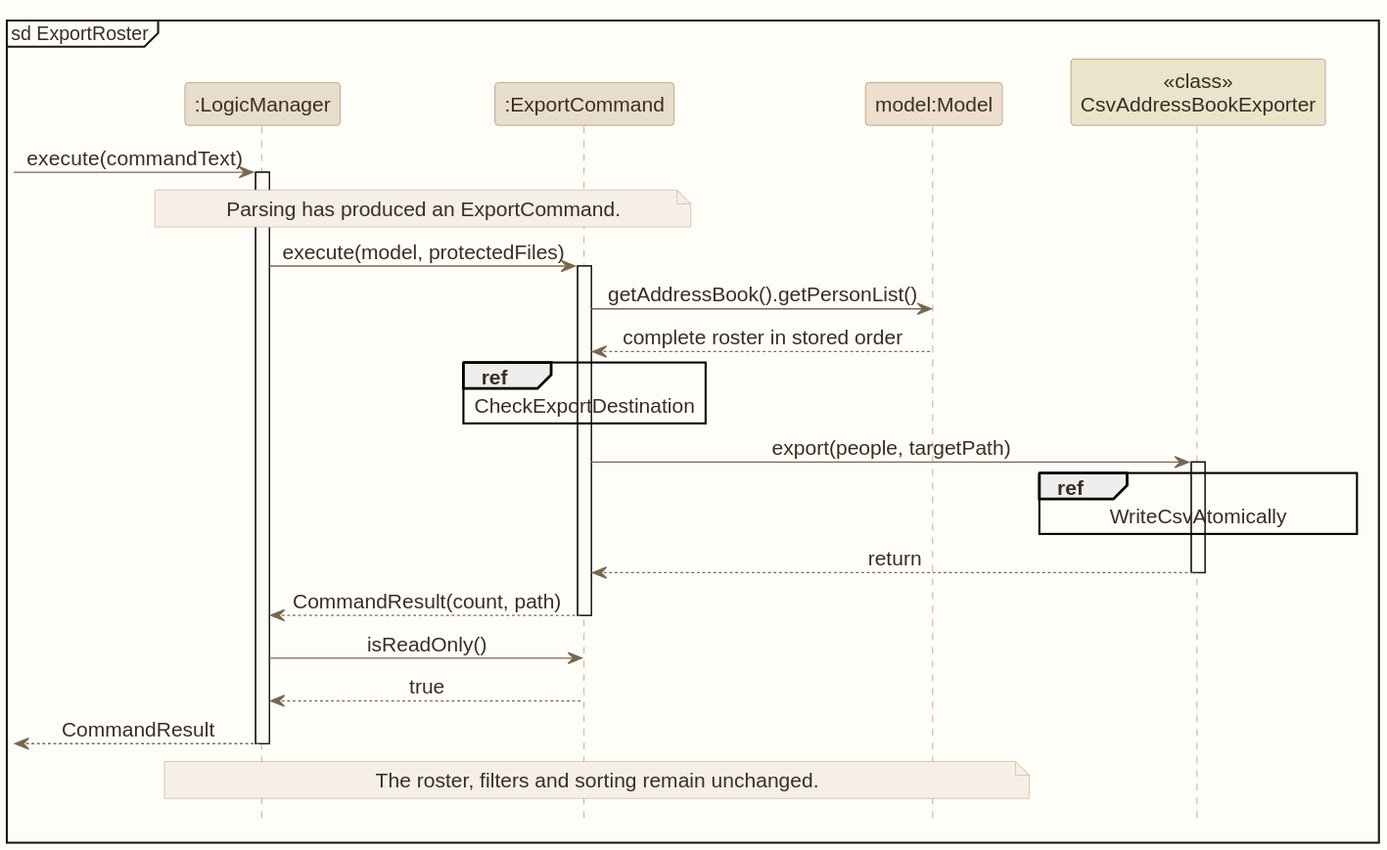
Above: docs/images/CsvExportSequenceDiagram.svg in AY2627S1-CS2103T-W12-1/tp (PlantUML), before the change.
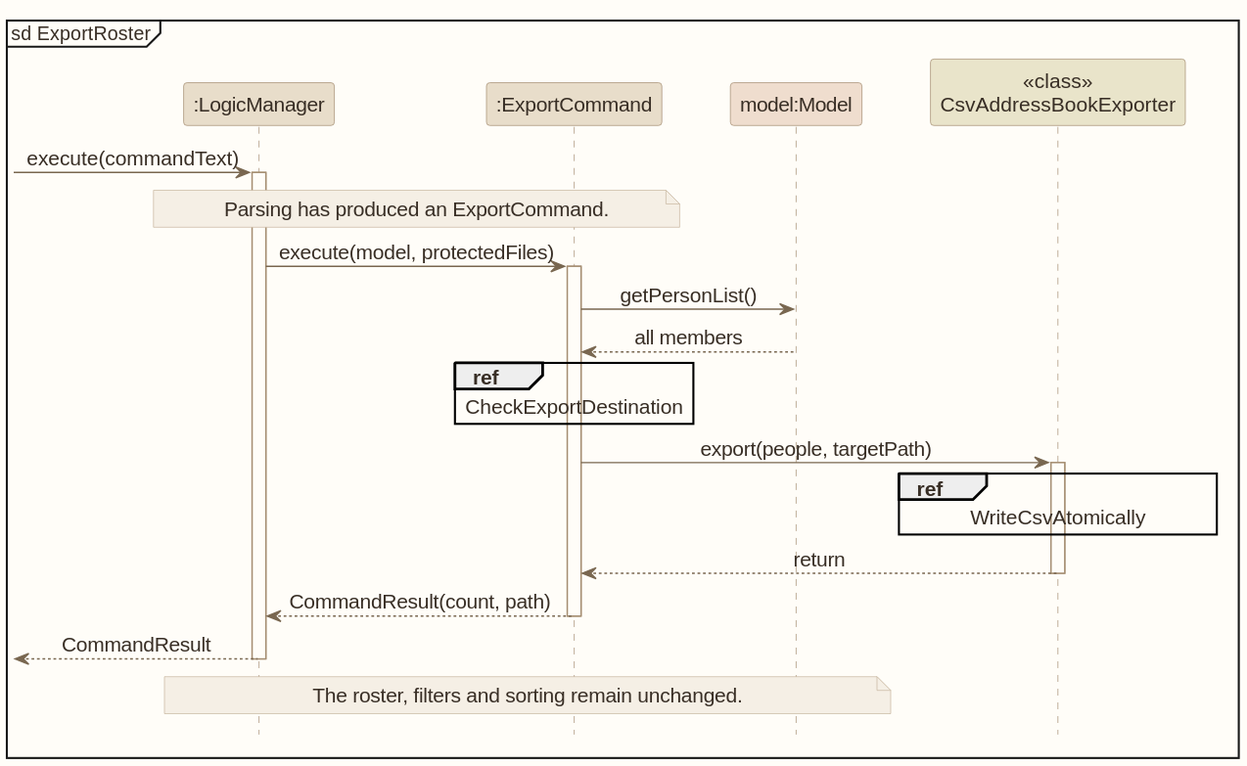
After the commit.

The edit, as a diff of the source:
```diff
@@ -12,8 +12,8 @@
 note over Logic,Command : Parsing has produced an ExportCommand.
 Logic -> Command : execute(model, protectedFiles)
 activate Command
-Command -> Model : getAddressBook().getPersonList()
-Model --> Command : complete roster in stored order
+Command -> Model : getPersonList()
+Model --> Command : all members
 ref over Command : CheckExportDestination
 Command -> Exporter : export(people, targetPath)
 activate Exporter
@@ -22,8 +22,6 @@
 deactivate Exporter
 Command --> Logic : CommandResult(count, path)
 deactivate Command
-Logic -> Command : isReadOnly()
-Command --> Logic : true
 Logic -->[ : CommandResult
 deactivate Logic
 note over Logic,Model : The roster, filters and sorting remain unchanged.
```
